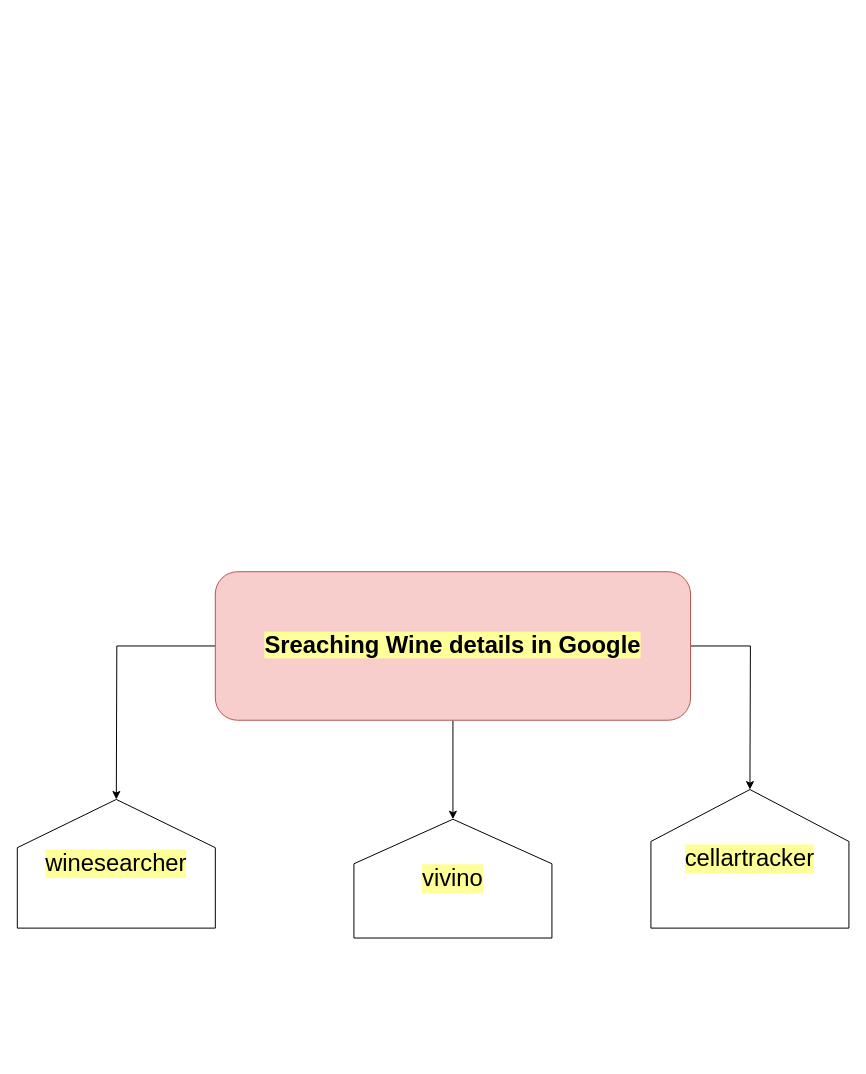
Above: Untitled Diagram.drawio in PuneethaRachakonda/drawio (draw.io), before the change. Source tidied: cells renumbered, new cells numbered last; positions are measured from the earlier drawing's top-left corner, leaving out a move shared by most shapes. Both pictures are drawn from the tidied source at 99%, with x=0, y=0 at pixel (17, 571).
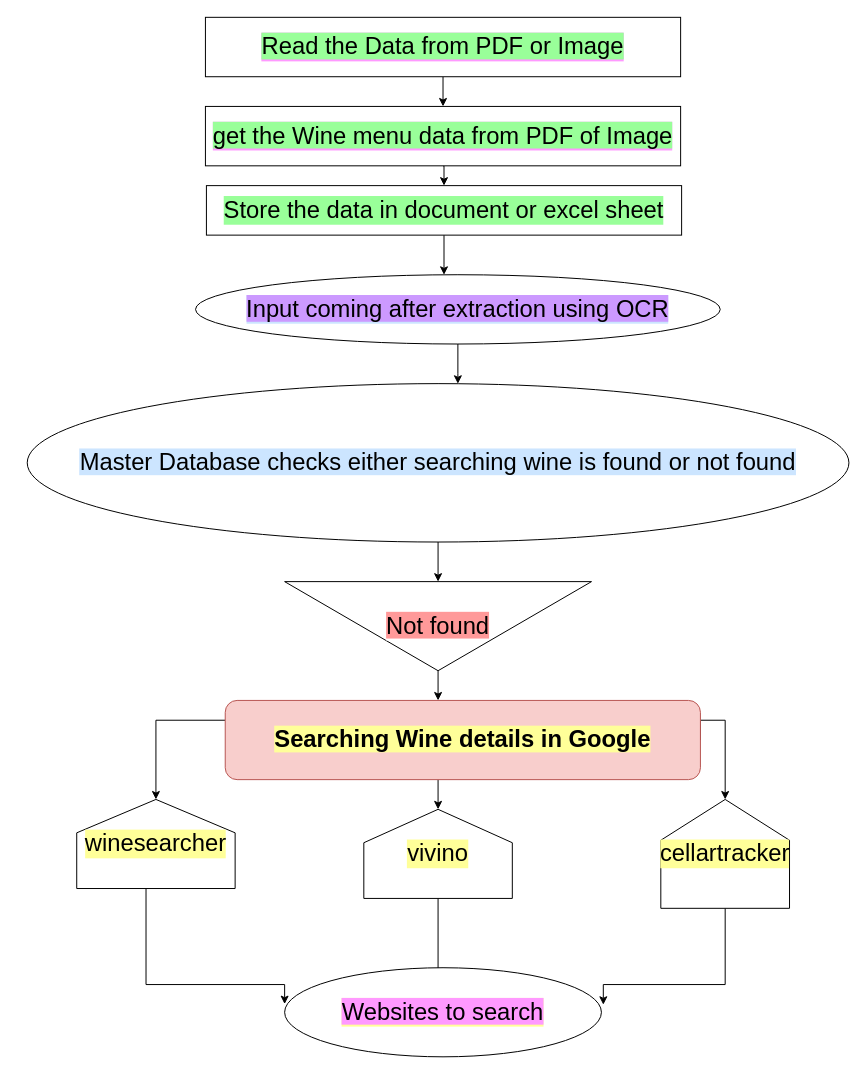
Above is the later version.

The edit, as a diff of the source:
```diff
@@
-    <mxCell id="2" style="edgeStyle=orthogonalEdgeStyle;rounded=0;jettySize=auto;html=1;fontSize=24;" parent="1" edge="1" source="5">
+    <mxCell id="2" style="edgeStyle=orthogonalEdgeStyle;rounded=0;jettySize=auto;html=1;fontSize=24;entryX=0.5;entryY=1;entryDx=0;entryDy=0;" parent="1" edge="1" source="5" target="6">
       <mxGeometry relative="1" as="geometry">
-        <mxPoint x="100" y="230" as="targetPoint" />
+        <Array as="points">
+          <mxPoint x="140" y="150" />
+        </Array>
       </mxGeometry>
     </mxCell>
-    <mxCell id="3" style="edgeStyle=orthogonalEdgeStyle;rounded=0;jettySize=auto;html=1;fontSize=24;" parent="1" edge="1" source="5">
-      <mxGeometry relative="1" as="geometry">
-        <mxPoint x="740" y="220" as="targetPoint" />
-      </mxGeometry>
-    </mxCell>
     <mxCell id="4" style="edgeStyle=orthogonalEdgeStyle;rounded=0;jettySize=auto;html=1;entryX=0.5;entryY=1;entryDx=0;entryDy=0;fontSize=24;" parent="1" edge="1" source="5" target="7">
-      <mxGeometry relative="1" as="geometry" />
+      <mxGeometry relative="1" as="geometry">
+        <Array as="points">
+          <mxPoint x="430" y="200" />
+          <mxPoint x="430" y="200" />
+        </Array>
+      </mxGeometry>
     </mxCell>
+    <mxCell id="9" style="edgeStyle=orthogonalEdgeStyle;rounded=0;jettySize=auto;html=1;exitX=1;exitY=0.5;exitDx=0;exitDy=0;entryX=0.5;entryY=1;entryDx=0;entryDy=0;fontSize=24;" parent="1" edge="1" source="5" target="8">
+      <mxGeometry relative="1" as="geometry">
+        <Array as="points">
+          <mxPoint x="690" y="150" />
+          <mxPoint x="715" y="150" />
+        </Array>
+      </mxGeometry>
+    </mxCell>
-    <mxCell id="5" value="&lt;font style=&quot;font-size: 24px&quot;&gt;&lt;b style=&quot;background-color: rgb(255 , 255 , 153)&quot;&gt;Sreaching Wine details in Google&lt;/b&gt;&lt;/font&gt;" style="rounded=1;whiteSpace=wrap;html=1;fillColor=#f8cecc;strokeColor=#b85450;" parent="1" vertex="1">
-      <mxGeometry x="200" width="480" height="150" as="geometry" />
+    <mxCell id="5" value="&lt;font style=&quot;font-size: 24px&quot;&gt;&lt;b style=&quot;background-color: rgb(255 , 255 , 153)&quot;&gt;Searching Wine details in Google&lt;/b&gt;&lt;/font&gt;" style="rounded=1;whiteSpace=wrap;html=1;fillColor=#f8cecc;strokeColor=#b85450;" parent="1" vertex="1">
+      <mxGeometry x="210" y="130" width="480" height="80" as="geometry" />
     </mxCell>
+    <mxCell id="10" style="edgeStyle=orthogonalEdgeStyle;rounded=0;jettySize=auto;html=1;fontSize=24;entryX=0;entryY=0.408;entryDx=0;entryDy=0;entryPerimeter=0;" parent="1" edge="1" source="6" target="13">
+      <mxGeometry relative="1" as="geometry">
+        <Array as="points">
+          <mxPoint x="130" y="417" />
+        </Array>
+      </mxGeometry>
+    </mxCell>
     <mxCell id="6" value="winesearcher" style="shape=offPageConnector;whiteSpace=wrap;html=1;labelBackgroundColor=#FFFF99;fontSize=24;direction=west;" parent="1" vertex="1">
-      <mxGeometry y="230" width="200" height="130" as="geometry" />
+      <mxGeometry x="60" y="230" width="160" height="90" as="geometry" />
     </mxCell>
+    <mxCell id="11" style="edgeStyle=orthogonalEdgeStyle;rounded=0;jettySize=auto;html=1;entryX=0.469;entryY=-0.008;entryDx=0;entryDy=0;entryPerimeter=0;fontSize=24;" parent="1" edge="1" source="7" target="13">
+      <mxGeometry relative="1" as="geometry">
+        <Array as="points">
+          <mxPoint x="425" y="469" />
+        </Array>
+      </mxGeometry>
+    </mxCell>
     <mxCell id="7" value="vivino" style="shape=offPageConnector;whiteSpace=wrap;html=1;labelBackgroundColor=#FFFF99;fontSize=24;direction=west;" parent="1" vertex="1">
-      <mxGeometry x="340" y="250" width="200" height="120" as="geometry" />
+      <mxGeometry x="350" y="240" width="150" height="90" as="geometry" />
     </mxCell>
+    <mxCell id="12" style="edgeStyle=orthogonalEdgeStyle;rounded=0;jettySize=auto;html=1;fontSize=24;entryX=1.006;entryY=0.415;entryDx=0;entryDy=0;entryPerimeter=0;" parent="1" edge="1" source="8" target="13">
+      <mxGeometry relative="1" as="geometry">
+        <Array as="points">
+          <mxPoint x="715" y="417" />
+        </Array>
+      </mxGeometry>
+    </mxCell>
     <mxCell id="8" value="cellartracker" style="shape=offPageConnector;whiteSpace=wrap;html=1;labelBackgroundColor=#FFFF99;fontSize=24;direction=west;" parent="1" vertex="1">
-      <mxGeometry x="640" y="220" width="200" height="140" as="geometry" />
+      <mxGeometry x="650" y="230" width="130" height="110" as="geometry" />
     </mxCell>
+    <mxCell id="13" value="&lt;span style=&quot;background-color: rgb(255 , 153 , 255)&quot;&gt;Websites to search&lt;/span&gt;" style="ellipse;whiteSpace=wrap;html=1;labelBackgroundColor=#FFFF99;fontSize=24;" parent="1" vertex="1">
+      <mxGeometry x="270" y="400" width="320" height="90" as="geometry" />
+    </mxCell>
+    <mxCell id="14" style="edgeStyle=orthogonalEdgeStyle;rounded=0;jettySize=auto;html=1;exitX=0.5;exitY=1;exitDx=0;exitDy=0;entryX=0.5;entryY=0;entryDx=0;entryDy=0;fontSize=24;" parent="1" edge="1" source="15" target="17">
+      <mxGeometry relative="1" as="geometry" />
+    </mxCell>
+    <mxCell id="15" value="&lt;span style=&quot;background-color: rgb(153 , 255 , 153)&quot;&gt;Read the Data from PDF or Image&lt;/span&gt;" style="rounded=0;whiteSpace=wrap;html=1;labelBackgroundColor=#FF99FF;fontSize=24;" parent="1" vertex="1">
+      <mxGeometry x="190" y="-560" width="480" height="60" as="geometry" />
+    </mxCell>
+    <mxCell id="16" style="edgeStyle=orthogonalEdgeStyle;rounded=0;jettySize=auto;html=1;exitX=0.5;exitY=1;exitDx=0;exitDy=0;entryX=0.5;entryY=0;entryDx=0;entryDy=0;fontSize=24;" parent="1" edge="1" source="17" target="19">
+      <mxGeometry relative="1" as="geometry" />
+    </mxCell>
+    <mxCell id="17" value="&lt;span style=&quot;background-color: rgb(153 , 255 , 153)&quot;&gt;get the Wine menu data from PDF of Image&lt;/span&gt;" style="rounded=0;whiteSpace=wrap;html=1;labelBackgroundColor=#FF99FF;fontSize=24;" parent="1" vertex="1">
+      <mxGeometry x="190" y="-470" width="480" height="60" as="geometry" />
+    </mxCell>
+    <mxCell id="18" style="edgeStyle=orthogonalEdgeStyle;rounded=0;jettySize=auto;html=1;exitX=0.5;exitY=1;exitDx=0;exitDy=0;fontSize=24;fontColor=none;" parent="1" edge="1" source="19" target="25">
+      <mxGeometry relative="1" as="geometry">
+        <Array as="points">
+          <mxPoint x="431" y="-310" />
+          <mxPoint x="431" y="-310" />
+        </Array>
+      </mxGeometry>
+    </mxCell>
+    <mxCell id="19" value="Store the data in document or excel sheet" style="rounded=0;whiteSpace=wrap;html=1;labelBackgroundColor=#99FF99;fontSize=24;" parent="1" vertex="1">
+      <mxGeometry x="191" y="-390" width="480" height="50" as="geometry" />
+    </mxCell>
+    <mxCell id="20" style="edgeStyle=orthogonalEdgeStyle;rounded=0;jettySize=auto;html=1;fontSize=24;fontColor=none;" parent="1" edge="1" source="21" target="23">
+      <mxGeometry relative="1" as="geometry" />
+    </mxCell>
+    <mxCell id="21" value="&lt;p class=&quot;MsoNormal&quot;&gt;&lt;span style=&quot;background-color: rgb(204 , 229 , 255)&quot;&gt;&lt;span style=&quot;font-size: 18pt ; line-height: 107% ; font-family: &amp;#34;helvetica&amp;#34; , sans-serif&quot;&gt;Master Database checks either&amp;nbsp;&lt;/span&gt;&lt;span style=&quot;font-family: &amp;#34;helvetica&amp;#34; , sans-serif ; font-size: 18pt&quot;&gt;searching &lt;/span&gt;&lt;span style=&quot;font-family: &amp;#34;helvetica&amp;#34; , sans-serif ; font-size: 18pt&quot;&gt;wine is found or not found&lt;/span&gt;&lt;/span&gt;&lt;/p&gt;" style="ellipse;whiteSpace=wrap;html=1;labelBackgroundColor=#FFFFFF;fontSize=24;fontColor=none;" parent="1" vertex="1">
+      <mxGeometry x="10" y="-190" width="830" height="160" as="geometry" />
+    </mxCell>
+    <mxCell id="22" style="edgeStyle=orthogonalEdgeStyle;rounded=0;jettySize=auto;html=1;fontSize=24;fontColor=none;" parent="1" edge="1" source="23" target="5">
+      <mxGeometry relative="1" as="geometry">
+        <Array as="points">
+          <mxPoint x="425" y="100" />
+          <mxPoint x="425" y="100" />
+        </Array>
+      </mxGeometry>
+    </mxCell>
+    <mxCell id="23" value="&lt;span style=&quot;background-color: rgb(255 , 153 , 153)&quot;&gt;Not found&lt;/span&gt;" style="triangle;whiteSpace=wrap;html=1;labelBackgroundColor=#FFFFFF;fontSize=24;fontColor=none;direction=south;" parent="1" vertex="1">
+      <mxGeometry x="270" y="10" width="310" height="90" as="geometry" />
+    </mxCell>
+    <mxCell id="24" style="edgeStyle=orthogonalEdgeStyle;rounded=0;jettySize=auto;html=1;exitX=0.5;exitY=1;exitDx=0;exitDy=0;fontSize=24;fontColor=none;" parent="1" edge="1" source="25" target="21">
+      <mxGeometry relative="1" as="geometry">
+        <Array as="points">
+          <mxPoint x="445" y="-200" />
+          <mxPoint x="445" y="-200" />
+        </Array>
+      </mxGeometry>
+    </mxCell>
+    <mxCell id="25" value="&lt;span style=&quot;background-color: rgb(204 , 153 , 255)&quot;&gt;Input coming after extraction using OCR&lt;/span&gt;" style="ellipse;whiteSpace=wrap;html=1;labelBackgroundColor=#CCE5FF;fontSize=24;fontColor=none;" parent="1" vertex="1">
+      <mxGeometry x="180" y="-300" width="530" height="70" as="geometry" />
+    </mxCell>
```
